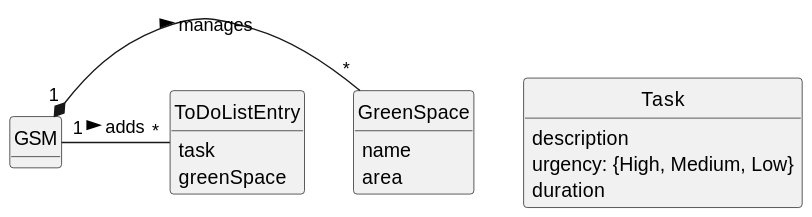
Before: docs/sprintC/us021/02.analysis/svg/us021-domain-model.svg, a diagram exported from PlantUML (diogoveirospro/lei-24-s2-1dg-g072).
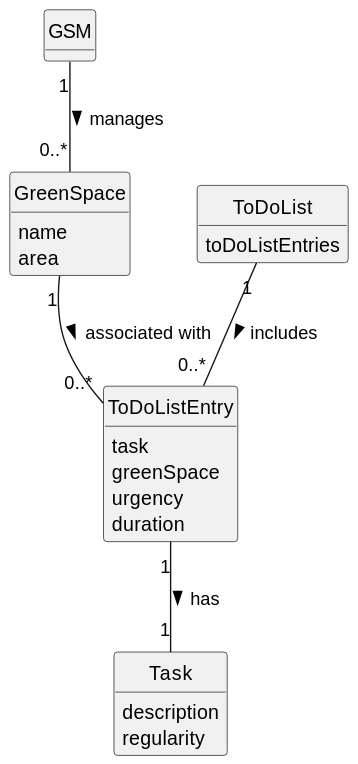
Later version of the same file.

Change to the diagram source:
```diff
@@ -5,29 +5,36 @@
 
 
 skinparam classAttributeIconSize 0
-
-hide circle
+hide circles
 hide methods
 
-class GreenSpace {
-    name
-    area
+class GSM {
+
 }
 
-class Task {
-    description
-    urgency: {High, Medium, Low}
-    duration
+class GreenSpace {
+  name
+  area
 }
 
 class ToDoListEntry {
     task
     greenSpace
+    urgency
+    duration
 }
 
-class GSM {
+class Task {
+    description
+    regularity
 }
 
-GSM "1" *- "*" GreenSpace : manages >
-GSM "1" - "*" ToDoListEntry : adds >
+class ToDoList {
+    toDoListEntries
+}
+
+GSM "1" -- "0..*" GreenSpace : manages >
+GreenSpace "1" -- "0..*" ToDoListEntry : associated with >
+ToDoListEntry "1" -- "1" Task: has >
+ToDoList "1" -- "0..*" ToDoListEntry : includes >
 @enduml
```
